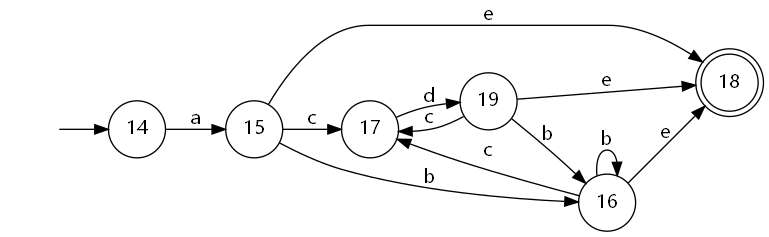
1357885013/compiler keeps this Graphviz diagram as ere/DFA.dot.png. Above is the earlier version. Its source is kept beside it as ere/DFA.dot. Source of this version:
```dot
digraph{
rankdir="LR";
fontname = "Microsoft YaHei";
node [shape = circle, fontname = "Microsoft YaHei"];
edge [fontname = "Microsoft YaHei"];
-1[style=invis];
18 [ shape = doublecircle ];
-1 -> 14;
19 -> 18[ label = "e" ];
19 -> 17[ label = "c" ];
19 -> 16[ label = "b" ];
17 -> 19[ label = "d" ];
16 -> 18[ label = "e" ];
16 -> 17[ label = "c" ];
16 -> 16[ label = "b" ];
15 -> 18[ label = "e" ];
15 -> 17[ label = "c" ];
15 -> 16[ label = "b" ];
14 -> 15[ label = "a" ];
}
```
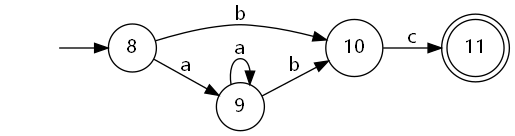
The same file after the commit.

The edit, as a diff of the source:
```diff
@@ -4,17 +4,11 @@
 node [shape = circle, fontname = "Microsoft YaHei"];
 edge [fontname = "Microsoft YaHei"];
 -1[style=invis];
-18 [ shape = doublecircle ];
--1 -> 14;
-19 -> 18[ label = "e" ];
-19 -> 17[ label = "c" ];
-19 -> 16[ label = "b" ];
-17 -> 19[ label = "d" ];
-16 -> 18[ label = "e" ];
-16 -> 17[ label = "c" ];
-16 -> 16[ label = "b" ];
-15 -> 18[ label = "e" ];
-15 -> 17[ label = "c" ];
-15 -> 16[ label = "b" ];
-14 -> 15[ label = "a" ];
+-1 -> 8;
+10 -> 11[ label = "c" ];
+11 [ shape = doublecircle ];
+9 -> 10[ label = "b" ];
+9 -> 9[ label = "a" ];
+8 -> 10[ label = "b" ];
+8 -> 9[ label = "a" ];
 }
```
